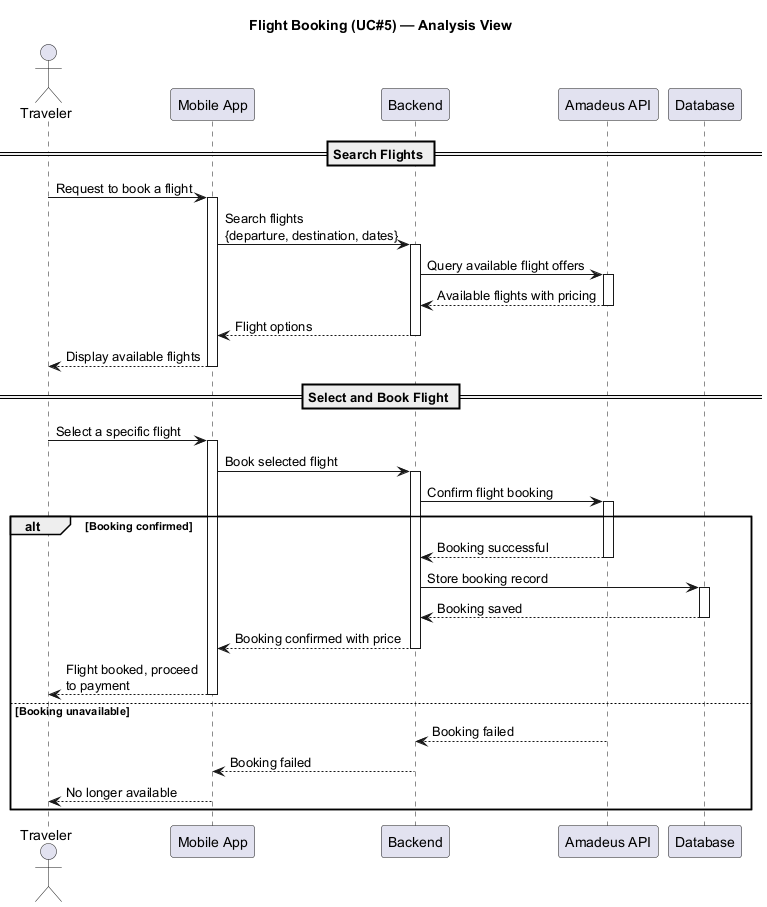
Before: docs/Diagrams/Flight_Booking_Flow.png, a diagram exported from PlantUML (AbdelrahmanMostafa33/TourMate-AI). Its diagram source:
```plantuml
@startuml Flight_Booking_Flow
title Flight Booking (UC#5) — Analysis View

actor Traveler
participant "Mobile App" as App
participant "Backend" as Backend
participant "Amadeus API" as Amadeus
participant "Database" as DB

== Search Flights ==

Traveler -> App: Request to book a flight
activate App

App -> Backend: Search flights\n{departure, destination, dates}
activate Backend

Backend -> Amadeus: Query available flight offers
activate Amadeus
Amadeus --> Backend: Available flights with pricing
deactivate Amadeus

Backend --> App: Flight options
deactivate Backend

App --> Traveler: Display available flights
deactivate App

== Select and Book Flight ==

Traveler -> App: Select a specific flight
activate App

App -> Backend: Book selected flight
activate Backend

Backend -> Amadeus: Confirm flight booking
activate Amadeus

alt Booking confirmed
  Amadeus --> Backend: Booking successful
  deactivate Amadeus

  Backend -> DB: Store booking record
  activate DB
  DB --> Backend: Booking saved
  deactivate DB

  Backend --> App: Booking confirmed with price
  deactivate Backend

  App --> Traveler: Flight booked, proceed\nto payment
  deactivate App

else Booking unavailable
  Amadeus --> Backend: Booking failed
  deactivate Amadeus

  Backend --> App: Booking failed
  deactivate Backend

  App --> Traveler: No longer available
  deactivate App
end

@enduml
```
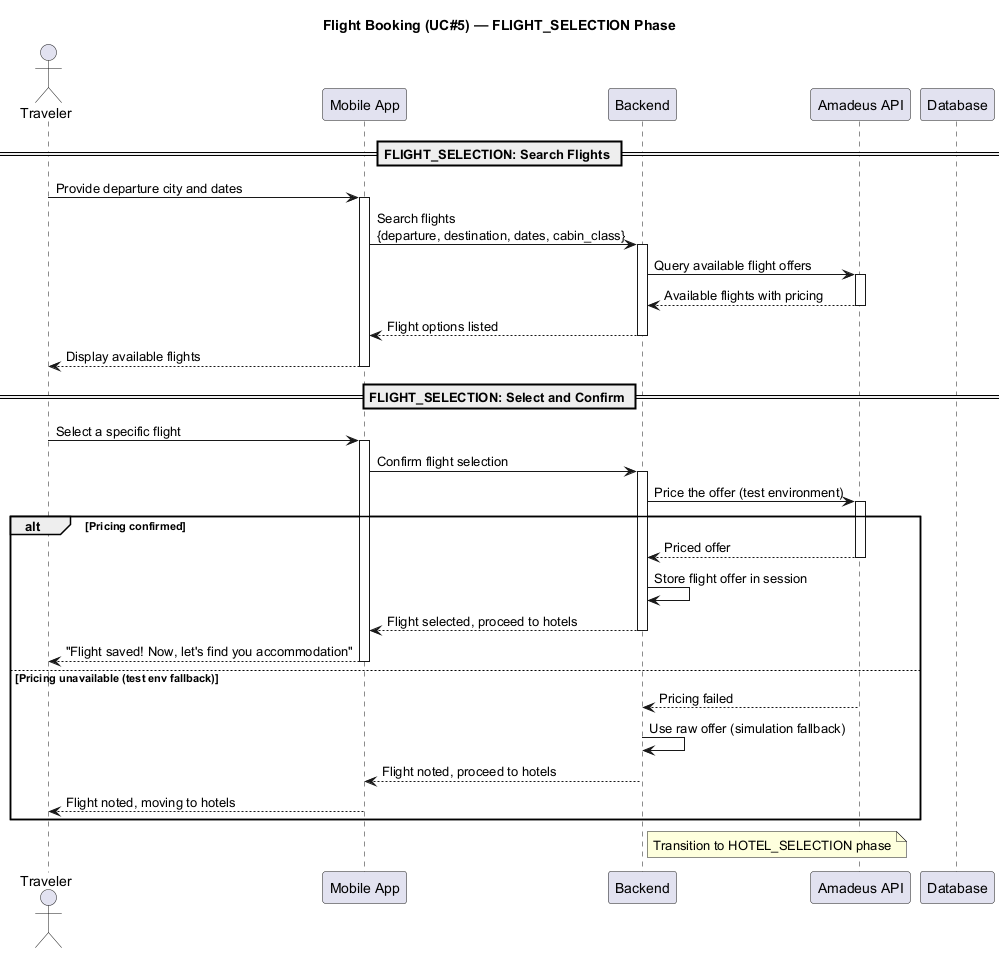
Above is the later version.

The edit, as a diff of the source:
```diff
@@ -1,5 +1,5 @@
 @startuml Flight_Booking_Flow
-title Flight Booking (UC#5) — Analysis View
+title Flight Booking (UC#5) — FLIGHT_SELECTION Phase
 
 actor Traveler
 participant "Mobile App" as App
@@ -7,12 +7,12 @@
 participant "Amadeus API" as Amadeus
 participant "Database" as DB
 
-== Search Flights ==
+== FLIGHT_SELECTION: Search Flights ==
 
-Traveler -> App: Request to book a flight
+Traveler -> App: Provide departure city and dates
 activate App
 
-App -> Backend: Search flights\n{departure, destination, dates}
+App -> Backend: Search flights\n{departure, destination, dates, cabin_class}
 activate Backend
 
 Backend -> Amadeus: Query available flight offers
@@ -20,47 +20,46 @@
 Amadeus --> Backend: Available flights with pricing
 deactivate Amadeus
 
-Backend --> App: Flight options
+Backend --> App: Flight options listed
 deactivate Backend
 
 App --> Traveler: Display available flights
 deactivate App
 
-== Select and Book Flight ==
+== FLIGHT_SELECTION: Select and Confirm ==
 
 Traveler -> App: Select a specific flight
 activate App
 
-App -> Backend: Book selected flight
+App -> Backend: Confirm flight selection
 activate Backend
 
-Backend -> Amadeus: Confirm flight booking
+Backend -> Amadeus: Price the offer (test environment)
 activate Amadeus
 
-alt Booking confirmed
-  Amadeus --> Backend: Booking successful
+alt Pricing confirmed
+  Amadeus --> Backend: Priced offer
   deactivate Amadeus
 
-  Backend -> DB: Store booking record
-  activate DB
-  DB --> Backend: Booking saved
-  deactivate DB
-
-  Backend --> App: Booking confirmed with price
+  Backend -> Backend: Store flight offer in session
+  Backend --> App: Flight selected, proceed to hotels
   deactivate Backend
 
-  App --> Traveler: Flight booked, proceed\nto payment
+  App --> Traveler: "Flight saved! Now, let's find you accommodation"
   deactivate App
 
-else Booking unavailable
-  Amadeus --> Backend: Booking failed
+else Pricing unavailable (test env fallback)
+  Amadeus --> Backend: Pricing failed
   deactivate Amadeus
 
-  Backend --> App: Booking failed
+  Backend -> Backend: Use raw offer (simulation fallback)
+  Backend --> App: Flight noted, proceed to hotels
   deactivate Backend
 
-  App --> Traveler: No longer available
+  App --> Traveler: Flight noted, moving to hotels
   deactivate App
 end
 
+Note right of Backend: Transition to HOTEL_SELECTION phase
+
 @enduml
```
